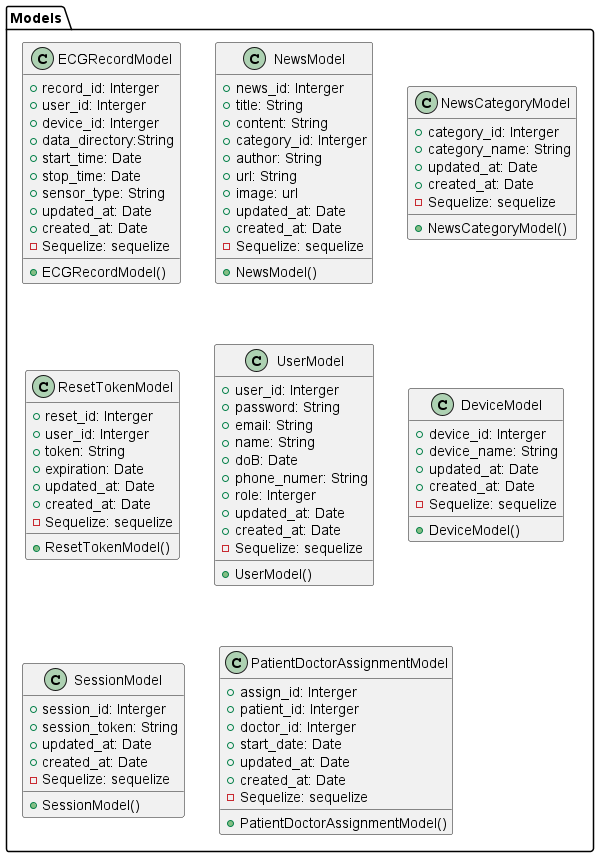
The PlantUML diagram latex_thesis/Images/server/class/class_model.png in techcomrade/fmECG, before a commit.
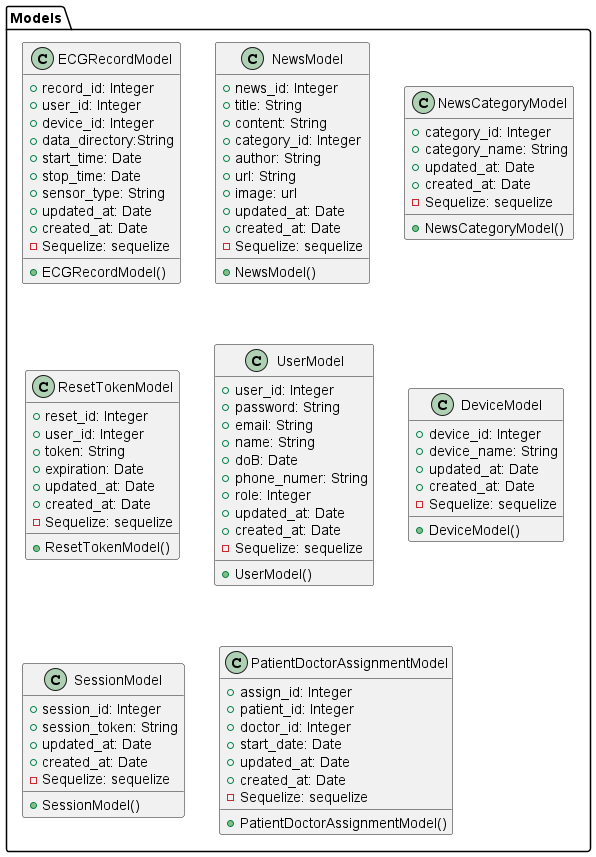
The same diagram one commit later.

What changed in the source:
```diff
@@ -20,9 +20,9 @@
 
 package Models {
     class ECGRecordModel {
-        + record_id: Interger
-        + user_id: Interger
-        + device_id: Interger
+        + record_id: Integer
+        + user_id: Integer
+        + device_id: Integer
         + data_directory:String
         + start_time: Date
         + stop_time: Date
@@ -35,10 +35,10 @@
     }
 
     class NewsModel {
-        + news_id: Interger
+        + news_id: Integer
         + title: String
         + content: String
-        + category_id: Interger
+        + category_id: Integer
         + author: String
         + url: String
         + image: url
@@ -50,7 +50,7 @@
     }
 
     class NewsCategoryModel {
-        + category_id: Interger
+        + category_id: Integer
         + category_name: String
         + updated_at: Date
         + created_at: Date
@@ -61,8 +61,8 @@
     }
 
     class ResetTokenModel {
-        + reset_id: Interger
-        + user_id: Interger
+        + reset_id: Integer
+        + user_id: Integer
         + token: String
         + expiration: Date
         + updated_at: Date
@@ -74,13 +74,13 @@
     }
 
     class UserModel {
-        + user_id: Interger
+        + user_id: Integer
         + password: String
         + email: String
         + name: String
         + doB: Date
         + phone_numer: String
-        + role: Interger
+        + role: Integer
         + updated_at: Date
         + created_at: Date
         - Sequelize: sequelize
@@ -90,7 +90,7 @@
     }
 
     class DeviceModel {
-        + device_id: Interger
+        + device_id: Integer
         + device_name: String
         + updated_at: Date
         + created_at: Date
@@ -101,7 +101,7 @@
     }
 
     class SessionModel {
-        + session_id: Interger
+        + session_id: Integer
         + session_token: String
         + updated_at: Date
         + created_at: Date
@@ -112,9 +112,9 @@
     }
 
     class PatientDoctorAssignmentModel {
-        + assign_id: Interger
-        + patient_id: Interger
-        + doctor_id: Interger
+        + assign_id: Integer
+        + patient_id: Integer
+        + doctor_id: Integer
         + start_date: Date
         + updated_at: Date
         + created_at: Date
@@ -181,4 +181,7 @@
 
 
 
+
+
+
 @enduml
```
